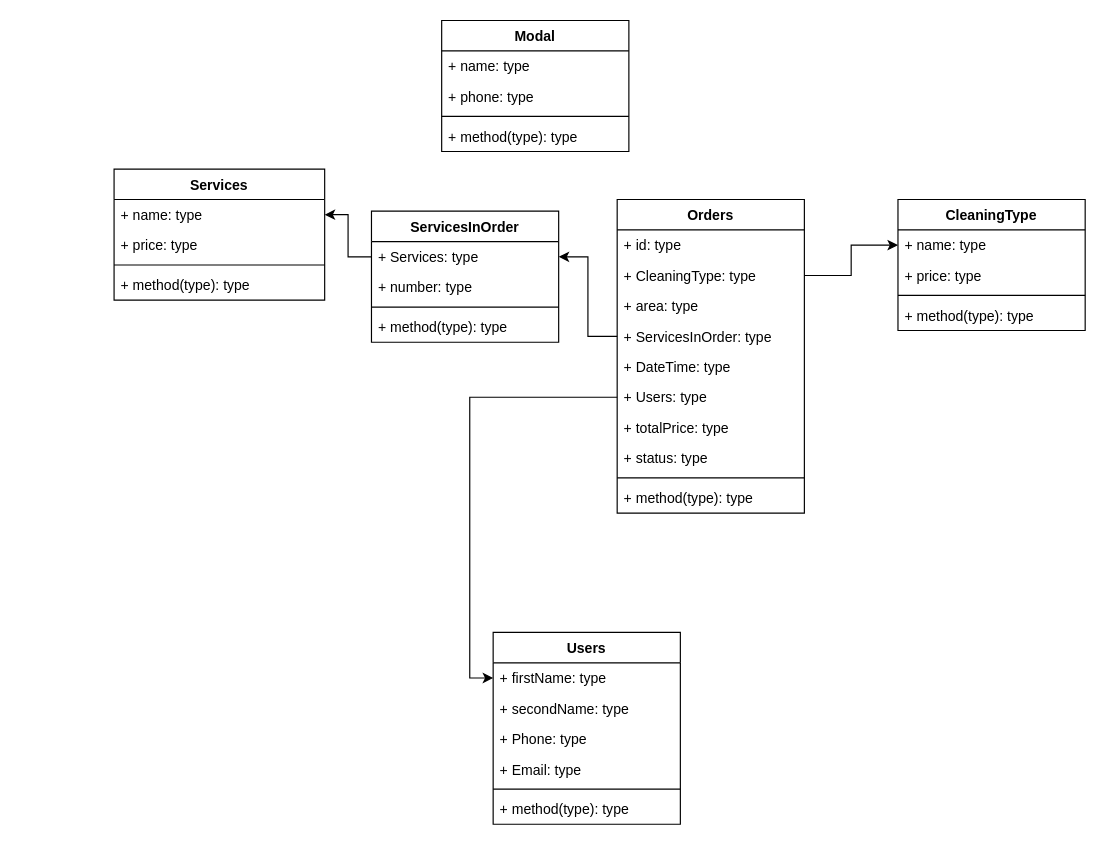
Above: CleaningDiagram.drawio in alex9043/Cleaning (draw.io), before the change. Source tidied: cells renumbered, new cells numbered last; positions are measured from the earlier drawing's top-left corner, leaving out a move shared by most shapes. Both pictures are drawn from the tidied source at 117%, with x=0, y=0 at pixel (113, 20).
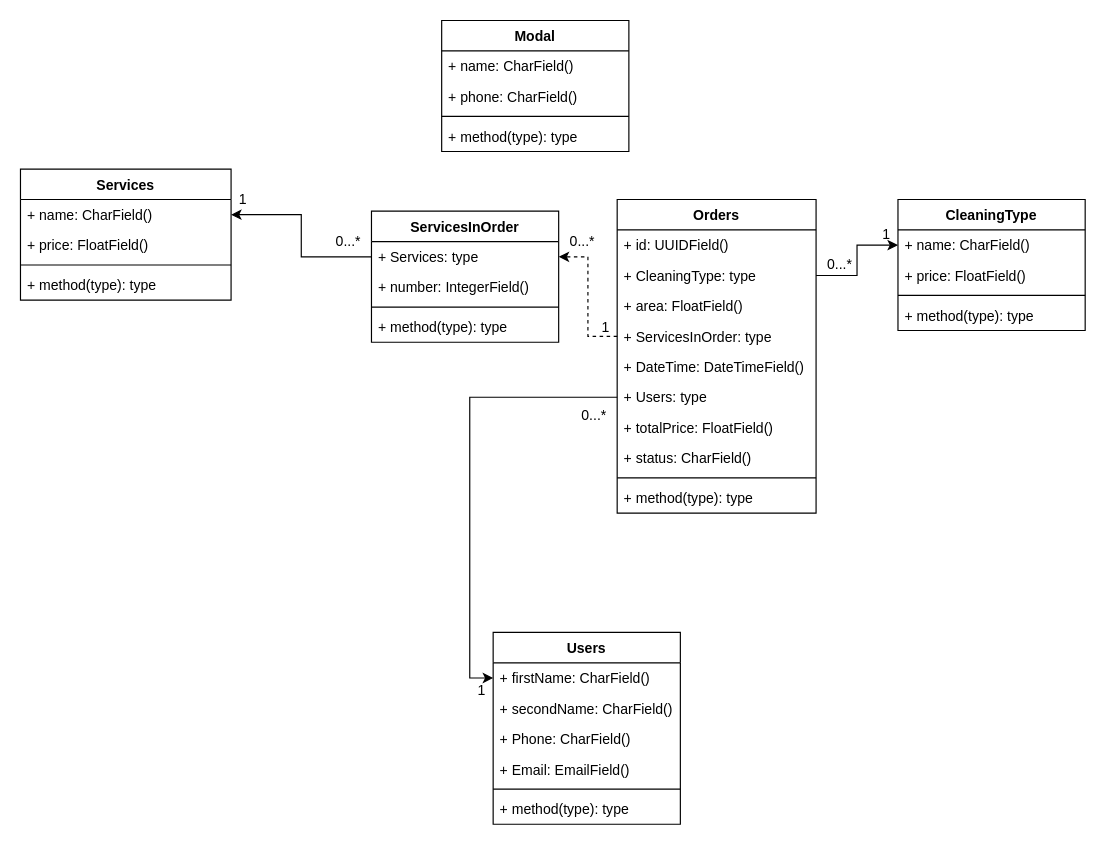
After the change.

The change refers to these unchanged cells:
```xml
<mxCell id="2" value="Modal" style="swimlane;fontStyle=1;align=center;verticalAlign=top;horizontal=1;startSize=26;" parent="1" vertex="1">
  <mxGeometry x="280" width="160" height="112" as="geometry" />
</mxCell>
<mxCell id="18" value="Users" style="swimlane;fontStyle=1;align=center;verticalAlign=top;horizontal=1;startSize=26;" parent="1" vertex="1">
  <mxGeometry x="324" y="523" width="160" height="164" as="geometry" />
</mxCell>
<mxCell id="25" value="CleaningType" style="swimlane;fontStyle=1;align=center;verticalAlign=top;horizontal=1;startSize=26;" parent="1" vertex="1">
  <mxGeometry x="670" y="153" width="160" height="112" as="geometry" />
</mxCell>
<mxCell id="37" value="ServicesInOrder" style="swimlane;fontStyle=1;align=center;verticalAlign=top;horizontal=1;startSize=26;" parent="1" vertex="1">
  <mxGeometry x="220" y="163" width="160" height="112" as="geometry" />
</mxCell>
<mxCell id="38" value="+ Services: type" style="text;strokeColor=none;fillColor=none;align=left;verticalAlign=top;spacingLeft=4;spacingRight=4;overflow=hidden;points=[[0,0.5],[1,0.5]];portConstraint=eastwest;" parent="37" vertex="1">
  <mxGeometry y="26" width="160" height="26" as="geometry" />
</mxCell>
```

What changed in the source:
```diff
@@
-    <mxCell id="3" value="+ name: type" style="text;strokeColor=none;fillColor=none;align=left;verticalAlign=top;spacingLeft=4;spacingRight=4;overflow=hidden;" parent="2" vertex="1">
+    <mxCell id="3" value="+ name: CharField()" style="text;strokeColor=none;fillColor=none;align=left;verticalAlign=top;spacingLeft=4;spacingRight=4;overflow=hidden;" parent="2" vertex="1">
       <mxGeometry y="26" width="160" height="26" as="geometry" />
     </mxCell>
-    <mxCell id="4" value="+ phone: type" style="text;strokeColor=none;fillColor=none;align=left;verticalAlign=top;spacingLeft=4;spacingRight=4;overflow=hidden;" parent="2" vertex="1">
+    <mxCell id="4" value="+ phone: CharField()" style="text;strokeColor=none;fillColor=none;align=left;verticalAlign=top;spacingLeft=4;spacingRight=4;overflow=hidden;" parent="2" vertex="1">
       <mxGeometry y="52" width="160" height="26" as="geometry" />
     </mxCell>
@@
     <mxCell id="7" value="Orders" style="swimlane;fontStyle=1;align=center;verticalAlign=top;horizontal=1;startSize=26;" parent="1" vertex="1">
-      <mxGeometry x="430" y="153" width="160" height="268" as="geometry" />
+      <mxGeometry x="430" y="153" width="170" height="268" as="geometry" />
     </mxCell>
-    <mxCell id="8" value="+ id: type" style="text;strokeColor=none;fillColor=none;align=left;verticalAlign=top;spacingLeft=4;spacingRight=4;overflow=hidden;" parent="7" vertex="1">
-      <mxGeometry y="26" width="160" height="26" as="geometry" />
+    <mxCell id="8" value="+ id: UUIDField()" style="text;strokeColor=none;fillColor=none;align=left;verticalAlign=top;spacingLeft=4;spacingRight=4;overflow=hidden;" parent="7" vertex="1">
+      <mxGeometry y="26" width="170" height="26" as="geometry" />
     </mxCell>
     <mxCell id="9" value="+ CleaningType: type" style="text;strokeColor=none;fillColor=none;align=left;verticalAlign=top;spacingLeft=4;spacingRight=4;overflow=hidden;points=[[0,0.5],[1,0.5]];portConstraint=eastwest;" parent="7" vertex="1">
-      <mxGeometry y="52" width="160" height="26" as="geometry" />
+      <mxGeometry y="52" width="170" height="26" as="geometry" />
     </mxCell>
-    <mxCell id="10" value="+ area: type" style="text;strokeColor=none;fillColor=none;align=left;verticalAlign=top;spacingLeft=4;spacingRight=4;overflow=hidden;" parent="7" vertex="1">
-      <mxGeometry y="78" width="160" height="26" as="geometry" />
+    <mxCell id="10" value="+ area: FloatField()" style="text;strokeColor=none;fillColor=none;align=left;verticalAlign=top;spacingLeft=4;spacingRight=4;overflow=hidden;" parent="7" vertex="1">
+      <mxGeometry y="78" width="170" height="26" as="geometry" />
     </mxCell>
     <mxCell id="11" value="+ ServicesInOrder: type" style="text;strokeColor=none;fillColor=none;align=left;verticalAlign=top;spacingLeft=4;spacingRight=4;overflow=hidden;points=[[0,0.5],[1,0.5]];portConstraint=eastwest;" parent="7" vertex="1">
-      <mxGeometry y="104" width="160" height="26" as="geometry" />
+      <mxGeometry y="104" width="170" height="26" as="geometry" />
     </mxCell>
-    <mxCell id="12" value="+ DateTime: type" style="text;strokeColor=none;fillColor=none;align=left;verticalAlign=top;spacingLeft=4;spacingRight=4;overflow=hidden;" parent="7" vertex="1">
-      <mxGeometry y="130" width="160" height="26" as="geometry" />
+    <mxCell id="12" value="+ DateTime: DateTimeField()" style="text;strokeColor=none;fillColor=none;align=left;verticalAlign=top;spacingLeft=4;spacingRight=4;overflow=hidden;" parent="7" vertex="1">
+      <mxGeometry y="130" width="170" height="26" as="geometry" />
     </mxCell>
     <mxCell id="13" value="+ Users: type" style="text;strokeColor=none;fillColor=none;align=left;verticalAlign=top;spacingLeft=4;spacingRight=4;overflow=hidden;points=[[0,0.5],[1,0.5]];portConstraint=eastwest;" parent="7" vertex="1">
-      <mxGeometry y="156" width="160" height="26" as="geometry" />
+      <mxGeometry y="156" width="170" height="26" as="geometry" />
     </mxCell>
-    <mxCell id="14" value="+ totalPrice: type" style="text;strokeColor=none;fillColor=none;align=left;verticalAlign=top;spacingLeft=4;spacingRight=4;overflow=hidden;" parent="7" vertex="1">
-      <mxGeometry y="182" width="160" height="26" as="geometry" />
+    <mxCell id="14" value="+ totalPrice: FloatField()" style="text;strokeColor=none;fillColor=none;align=left;verticalAlign=top;spacingLeft=4;spacingRight=4;overflow=hidden;" parent="7" vertex="1">
+      <mxGeometry y="182" width="170" height="26" as="geometry" />
     </mxCell>
-    <mxCell id="15" value="+ status: type" style="text;strokeColor=none;fillColor=none;align=left;verticalAlign=top;spacingLeft=4;spacingRight=4;overflow=hidden;" parent="7" vertex="1">
-      <mxGeometry y="208" width="160" height="26" as="geometry" />
+    <mxCell id="15" value="+ status: CharField()" style="text;strokeColor=none;fillColor=none;align=left;verticalAlign=top;spacingLeft=4;spacingRight=4;overflow=hidden;" parent="7" vertex="1">
+      <mxGeometry y="208" width="170" height="26" as="geometry" />
     </mxCell>
     <mxCell id="16" style="line;strokeWidth=1;fillColor=none;align=left;verticalAlign=middle;spacingTop=-1;spacingLeft=3;spacingRight=3;labelPosition=right;" parent="7" vertex="1">
-      <mxGeometry y="234" width="160" height="8" as="geometry" />
+      <mxGeometry y="234" width="170" height="8" as="geometry" />
     </mxCell>
     <mxCell id="17" value="+ method(type): type" style="text;strokeColor=none;fillColor=none;align=left;verticalAlign=top;spacingLeft=4;spacingRight=4;overflow=hidden;" parent="7" vertex="1">
-      <mxGeometry y="242" width="160" height="26" as="geometry" />
+      <mxGeometry y="242" width="170" height="26" as="geometry" />
     </mxCell>
@@
-    <mxCell id="19" value="+ firstName: type" style="text;strokeColor=none;fillColor=none;align=left;verticalAlign=top;spacingLeft=4;spacingRight=4;overflow=hidden;points=[[0,0.5],[1,0.5]];portConstraint=eastwest;" parent="18" vertex="1">
+    <mxCell id="19" value="+ firstName: CharField()" style="text;strokeColor=none;fillColor=none;align=left;verticalAlign=top;spacingLeft=4;spacingRight=4;overflow=hidden;points=[[0,0.5],[1,0.5]];portConstraint=eastwest;" parent="18" vertex="1">
       <mxGeometry y="26" width="160" height="26" as="geometry" />
     </mxCell>
-    <mxCell id="20" value="+ secondName: type" style="text;strokeColor=none;fillColor=none;align=left;verticalAlign=top;spacingLeft=4;spacingRight=4;overflow=hidden;" parent="18" vertex="1">
+    <mxCell id="20" value="+ secondName: CharField()" style="text;strokeColor=none;fillColor=none;align=left;verticalAlign=top;spacingLeft=4;spacingRight=4;overflow=hidden;" parent="18" vertex="1">
       <mxGeometry y="52" width="160" height="26" as="geometry" />
     </mxCell>
-    <mxCell id="21" value="+ Phone: type" style="text;strokeColor=none;fillColor=none;align=left;verticalAlign=top;spacingLeft=4;spacingRight=4;overflow=hidden;" parent="18" vertex="1">
+    <mxCell id="21" value="+ Phone: CharField()" style="text;strokeColor=none;fillColor=none;align=left;verticalAlign=top;spacingLeft=4;spacingRight=4;overflow=hidden;" parent="18" vertex="1">
       <mxGeometry y="78" width="160" height="26" as="geometry" />
     </mxCell>
-    <mxCell id="22" value="+ Email: type" style="text;strokeColor=none;fillColor=none;align=left;verticalAlign=top;spacingLeft=4;spacingRight=4;overflow=hidden;" parent="18" vertex="1">
+    <mxCell id="22" value="+ Email: EmailField()" style="text;strokeColor=none;fillColor=none;align=left;verticalAlign=top;spacingLeft=4;spacingRight=4;overflow=hidden;" parent="18" vertex="1">
       <mxGeometry y="104" width="160" height="26" as="geometry" />
     </mxCell>
@@
-    <mxCell id="26" value="+ name: type" style="text;strokeColor=none;fillColor=none;align=left;verticalAlign=top;spacingLeft=4;spacingRight=4;overflow=hidden;points=[[0,0.5],[1,0.5]];portConstraint=eastwest;" parent="25" vertex="1">
+    <mxCell id="26" value="+ name: CharField()" style="text;strokeColor=none;fillColor=none;align=left;verticalAlign=top;spacingLeft=4;spacingRight=4;overflow=hidden;points=[[0,0.5],[1,0.5]];portConstraint=eastwest;" parent="25" vertex="1">
       <mxGeometry y="26" width="160" height="26" as="geometry" />
     </mxCell>
-    <mxCell id="27" value="+ price: type" style="text;strokeColor=none;fillColor=none;align=left;verticalAlign=top;spacingLeft=4;spacingRight=4;overflow=hidden;" parent="25" vertex="1">
+    <mxCell id="27" value="+ price: FloatField()" style="text;strokeColor=none;fillColor=none;align=left;verticalAlign=top;spacingLeft=4;spacingRight=4;overflow=hidden;" parent="25" vertex="1">
       <mxGeometry y="52" width="160" height="26" as="geometry" />
     </mxCell>
@@
     <mxCell id="30" value="Services" style="swimlane;fontStyle=1;align=center;verticalAlign=top;horizontal=1;startSize=26;" parent="1" vertex="1">
-      <mxGeometry y="127" width="180" height="112" as="geometry" />
+      <mxGeometry x="-80" y="127" width="180" height="112" as="geometry" />
     </mxCell>
-    <mxCell id="31" value="+ name: type" style="text;strokeColor=none;fillColor=none;align=left;verticalAlign=top;spacingLeft=4;spacingRight=4;overflow=hidden;points=[[0,0.5],[1,0.5]];portConstraint=eastwest;" parent="30" vertex="1">
+    <mxCell id="31" value="+ name: CharField()" style="text;strokeColor=none;fillColor=none;align=left;verticalAlign=top;spacingLeft=4;spacingRight=4;overflow=hidden;points=[[0,0.5],[1,0.5]];portConstraint=eastwest;" parent="30" vertex="1">
       <mxGeometry y="26" width="180" height="26" as="geometry" />
     </mxCell>
-    <mxCell id="32" value="+ price: type" style="text;strokeColor=none;fillColor=none;align=left;verticalAlign=top;spacingLeft=4;spacingRight=4;overflow=hidden;" parent="30" vertex="1">
+    <mxCell id="32" value="+ price: FloatField()" style="text;strokeColor=none;fillColor=none;align=left;verticalAlign=top;spacingLeft=4;spacingRight=4;overflow=hidden;" parent="30" vertex="1">
       <mxGeometry y="52" width="180" height="26" as="geometry" />
     </mxCell>
@@
-    <mxCell id="39" value="+ number: type" style="text;strokeColor=none;fillColor=none;align=left;verticalAlign=top;spacingLeft=4;spacingRight=4;overflow=hidden;" parent="37" vertex="1">
+    <mxCell id="39" value="+ number: IntegerField()" style="text;strokeColor=none;fillColor=none;align=left;verticalAlign=top;spacingLeft=4;spacingRight=4;overflow=hidden;" parent="37" vertex="1">
       <mxGeometry y="52" width="160" height="26" as="geometry" />
     </mxCell>
@@
-    <mxCell id="42" style="edgeStyle=orthogonalEdgeStyle;rounded=0;jettySize=auto;html=1;exitX=0;exitY=0.5;exitDx=0;exitDy=0;entryX=1;entryY=0.5;entryDx=0;entryDy=0;" parent="1" edge="1" source="11" target="38">
+    <mxCell id="42" style="edgeStyle=orthogonalEdgeStyle;rounded=0;jettySize=auto;html=1;exitX=0;exitY=0.5;exitDx=0;exitDy=0;entryX=1;entryY=0.5;entryDx=0;entryDy=0;dashed=1;" parent="1" edge="1" source="11" target="38">
       <mxGeometry relative="1" as="geometry" />
     </mxCell>
@@
+    <mxCell id="44" value="1" style="text;html=1;align=center;verticalAlign=middle;strokeColor=none;fillColor=none;" parent="1" vertex="1">
+      <mxGeometry x="650" y="173" width="20" height="20" as="geometry" />
+    </mxCell>
+    <mxCell id="45" value="0...*" style="text;html=1;align=center;verticalAlign=middle;strokeColor=none;fillColor=none;" parent="1" vertex="1">
+      <mxGeometry x="600" y="199" width="40" height="20" as="geometry" />
+    </mxCell>
+    <mxCell id="46" value="1" style="text;html=1;align=center;verticalAlign=middle;strokeColor=none;fillColor=none;" parent="1" vertex="1">
+      <mxGeometry x="304" y="563" width="20" height="20" as="geometry" />
+    </mxCell>
+    <mxCell id="47" value="0...*" style="text;html=1;align=center;verticalAlign=middle;strokeColor=none;fillColor=none;" parent="1" vertex="1">
+      <mxGeometry x="390" y="327.5" width="40" height="20" as="geometry" />
+    </mxCell>
+    <mxCell id="48" value="1" style="text;html=1;align=center;verticalAlign=middle;strokeColor=none;fillColor=none;" parent="1" vertex="1">
+      <mxGeometry x="100" y="143" width="20" height="20" as="geometry" />
+    </mxCell>
+    <mxCell id="49" value="0...*" style="text;html=1;align=center;verticalAlign=middle;strokeColor=none;fillColor=none;" parent="1" vertex="1">
+      <mxGeometry x="180" y="179" width="40" height="20" as="geometry" />
+    </mxCell>
+    <mxCell id="50" value="0...*" style="text;html=1;align=center;verticalAlign=middle;strokeColor=none;fillColor=none;" parent="1" vertex="1">
+      <mxGeometry x="380" y="179" width="40" height="20" as="geometry" />
+    </mxCell>
+    <mxCell id="51" value="1" style="text;html=1;align=center;verticalAlign=middle;strokeColor=none;fillColor=none;" parent="1" vertex="1">
+      <mxGeometry x="410" y="253" width="20" height="20" as="geometry" />
+    </mxCell>
```
